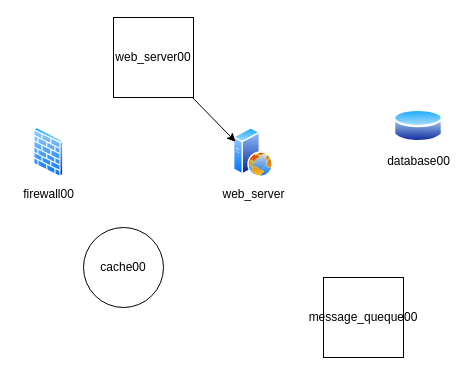
Before: drawio_Diagrams/ProvaProprieta.drawio.xml in PierCarrozzini/Fake_Architecture_Orchestrator, a draw.io diagram. Source tidied: cells renumbered, new cells numbered last; positions are measured from the earlier drawing's top-left corner, leaving out a move shared by most shapes. Both pictures are drawn from the tidied source at 100%, with x=0, y=0 at pixel (33, 17).
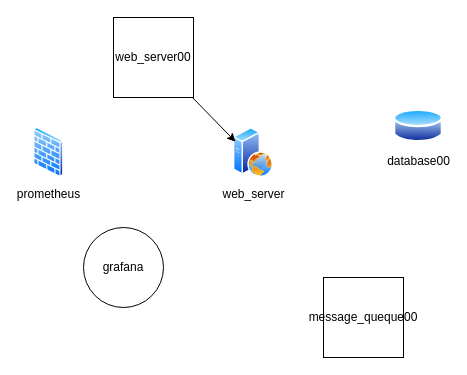
Above is the later version.

Diff of the diagram source:
```diff
@@
 <mxGraphModel>
   <root>
     <mxCell id="0" />
     <mxCell id="1" parent="0" />
     <mxCell id="2" value="web_server" style="image;perimeter=ellipsePerimeter;html=1;align=center;shadow=0;dashed=0;spacingTop=3;image=img/lib/active_directory/web_server.svg;" parent="1" vertex="1">
       <mxGeometry x="200" y="110" width="40" height="50" as="geometry" />
     </mxCell>
     <mxCell id="3" value="web_server00" style="whiteSpace=wrap;html=1;" parent="1" vertex="1">
       <mxGeometry x="80" width="80" height="80" as="geometry" />
     </mxCell>
     <mxCell id="4" style="endArrow=classic;html=1;rounded=0;entryX=0;entryY=0.25;entryDx=0;entryDy=0;" parent="1" edge="1" source="3" target="2">
       <mxGeometry relative="1" as="geometry" />
     </mxCell>
     <mxCell id="5" value="database00" style="image;perimeter=ellipsePerimeter;html=1;align=center;shadow=0;dashed=0;spacingTop=3;image=img/lib/active_directory/database.svg;" parent="1" vertex="1">
       <mxGeometry x="360" y="90" width="50" height="37" as="geometry" />
     </mxCell>
     <mxCell id="6" value="message_queque00" style="whiteSpace=wrap;html=1;" parent="1" vertex="1">
       <mxGeometry x="290" y="260" width="80" height="80" as="geometry" />
     </mxCell>
-    <mxCell id="7" value="cache00" style="ellipse;whiteSpace=wrap;html=1;" parent="1" vertex="1">
+    <mxCell id="7" value="grafana" style="ellipse;whiteSpace=wrap;html=1;" parent="1" vertex="1">
       <mxGeometry x="50" y="210" width="80" height="80" as="geometry" />
     </mxCell>
-    <mxCell id="8" value="firewall00" style="image;perimeter=ellipsePerimeter;html=1;align=center;shadow=0;dashed=0;spacingTop=3;image=img/lib/active_directory/firewall.svg;" parent="1" vertex="1">
+    <mxCell id="8" value="prometheus" style="image;perimeter=ellipsePerimeter;html=1;align=center;shadow=0;dashed=0;spacingTop=3;image=img/lib/active_directory/firewall.svg;" parent="1" vertex="1">
       <mxGeometry y="110" width="30.5" height="50" as="geometry" />
     </mxCell>
   </root>
 </mxGraphModel>
```
